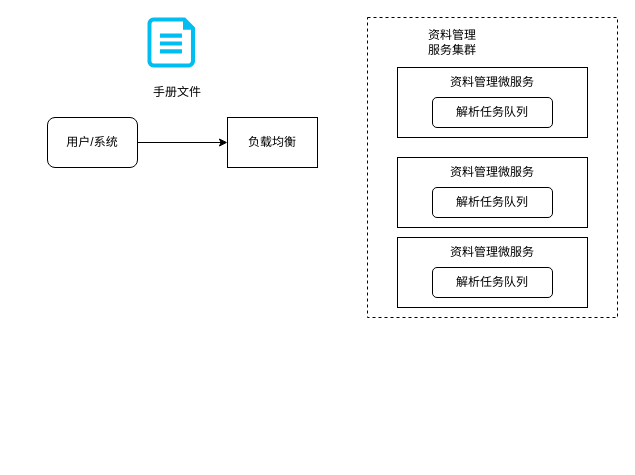
DemonHan/KuickBuy keeps this draw.io diagram as 手册解析框架图.drawio. Above is the earlier version. Source tidied: cells renumbered, new cells numbered last; positions are measured from the earlier drawing's top-left corner, leaving out a move shared by most shapes. Both pictures are drawn from the tidied source at 100%, with x=0, y=0 at pixel (47, 17).
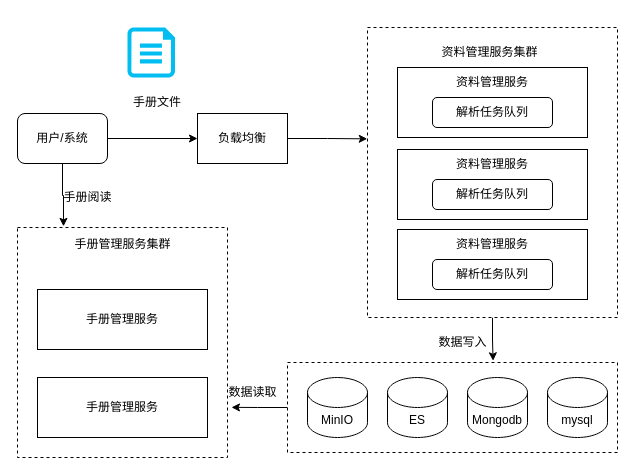
After the change.

Commit message (it also covers changes not shown here):
更新手册解析框架图.drawio

Change to the diagram source:
```diff
@@
+    <mxCell id="18" style="edgeStyle=orthogonalEdgeStyle;rounded=0;jettySize=auto;html=1;entryX=-0.001;entryY=0.384;entryDx=0;entryDy=0;entryPerimeter=0;" parent="1" edge="1" source="2" target="7">
+      <mxGeometry relative="1" as="geometry" />
+    </mxCell>
     <mxCell id="2" value="负载均衡" style="rounded=0;whiteSpace=wrap;html=1;" parent="1" vertex="1">
-      <mxGeometry x="180" y="100" width="90" height="50" as="geometry" />
+      <mxGeometry x="150" y="96" width="90" height="50" as="geometry" />
     </mxCell>
@@
+    <mxCell id="19" style="edgeStyle=orthogonalEdgeStyle;rounded=0;jettySize=auto;html=1;entryX=0.219;entryY=-0.005;entryDx=0;entryDy=0;entryPerimeter=0;" parent="1" edge="1" source="4" target="27">
+      <mxGeometry relative="1" as="geometry" />
+    </mxCell>
     <mxCell id="4" value="用户/系统" style="rounded=1;whiteSpace=wrap;html=1;" parent="1" vertex="1">
-      <mxGeometry y="100" width="90" height="50" as="geometry" />
+      <mxGeometry x="-30" y="96" width="90" height="50" as="geometry" />
     </mxCell>
     <mxCell id="5" value="手册文件" style="text;html=1;strokeColor=none;fillColor=none;align=center;verticalAlign=middle;whiteSpace=wrap;rounded=0;" parent="1" vertex="1">
-      <mxGeometry x="100" y="60" width="60" height="30" as="geometry" />
+      <mxGeometry x="80" y="70" width="60" height="30" as="geometry" />
     </mxCell>
     <mxCell id="6" style="verticalLabelPosition=bottom;html=1;verticalAlign=top;align=center;strokeColor=none;fillColor=#00BEF2;shape=mxgraph.azure.cloud_services_configuration_file;" parent="1" vertex="1">
-      <mxGeometry x="100" width="47.5" height="50" as="geometry" />
+      <mxGeometry x="80" y="10" width="47.5" height="50" as="geometry" />
     </mxCell>
+    <mxCell id="20" style="edgeStyle=orthogonalEdgeStyle;rounded=0;jettySize=auto;html=1;entryX=0.623;entryY=-0.019;entryDx=0;entryDy=0;entryPerimeter=0;" parent="1" edge="1" source="7" target="22">
+      <mxGeometry relative="1" as="geometry" />
+    </mxCell>
     <mxCell id="7" style="rounded=0;whiteSpace=wrap;html=1;dashed=1;" parent="1" vertex="1">
-      <mxGeometry x="320" width="250" height="300" as="geometry" />
+      <mxGeometry x="320" y="10" width="250" height="290" as="geometry" />
     </mxCell>
     <mxCell id="8" value="资料管理服务集群" style="text;html=1;strokeColor=none;fillColor=none;align=center;verticalAlign=middle;whiteSpace=wrap;rounded=0;" parent="1" vertex="1">
-      <mxGeometry x="375" y="10" width="60" height="30" as="geometry" />
+      <mxGeometry x="380" y="20" width="125" height="30" as="geometry" />
     </mxCell>
@@
-    <mxCell id="10" value="资料管理微服务" style="text;html=1;strokeColor=none;fillColor=none;align=center;verticalAlign=middle;whiteSpace=wrap;rounded=0;" parent="1" vertex="1">
+    <mxCell id="10" value="资料管理服务" style="text;html=1;strokeColor=none;fillColor=none;align=center;verticalAlign=middle;whiteSpace=wrap;rounded=0;" parent="1" vertex="1">
       <mxGeometry x="395" y="50" width="100" height="30" as="geometry" />
     </mxCell>
@@
     <mxCell id="12" style="rounded=0;whiteSpace=wrap;html=1;" parent="1" vertex="1">
-      <mxGeometry x="350" y="140" width="190" height="70" as="geometry" />
+      <mxGeometry x="350" y="132" width="190" height="70" as="geometry" />
     </mxCell>
-    <mxCell id="13" value="资料管理微服务" style="text;html=1;strokeColor=none;fillColor=none;align=center;verticalAlign=middle;whiteSpace=wrap;rounded=0;" parent="1" vertex="1">
-      <mxGeometry x="395" y="140" width="100" height="30" as="geometry" />
+    <mxCell id="13" value="资料管理服务" style="text;html=1;strokeColor=none;fillColor=none;align=center;verticalAlign=middle;whiteSpace=wrap;rounded=0;" parent="1" vertex="1">
+      <mxGeometry x="395" y="132" width="100" height="30" as="geometry" />
     </mxCell>
     <mxCell id="14" value="解析任务队列" style="rounded=1;whiteSpace=wrap;html=1;" parent="1" vertex="1">
-      <mxGeometry x="385" y="170" width="120" height="30" as="geometry" />
+      <mxGeometry x="385" y="162" width="120" height="30" as="geometry" />
     </mxCell>
     <mxCell id="15" style="rounded=0;whiteSpace=wrap;html=1;" parent="1" vertex="1">
-      <mxGeometry x="350" y="220" width="190" height="70" as="geometry" />
+      <mxGeometry x="350" y="212" width="190" height="70" as="geometry" />
     </mxCell>
-    <mxCell id="16" value="资料管理微服务" style="text;html=1;strokeColor=none;fillColor=none;align=center;verticalAlign=middle;whiteSpace=wrap;rounded=0;" parent="1" vertex="1">
-      <mxGeometry x="395" y="220" width="100" height="30" as="geometry" />
+    <mxCell id="16" value="资料管理服务" style="text;html=1;strokeColor=none;fillColor=none;align=center;verticalAlign=middle;whiteSpace=wrap;rounded=0;" parent="1" vertex="1">
+      <mxGeometry x="395" y="212" width="100" height="30" as="geometry" />
     </mxCell>
     <mxCell id="17" value="解析任务队列" style="rounded=1;whiteSpace=wrap;html=1;" parent="1" vertex="1">
-      <mxGeometry x="385" y="250" width="120" height="30" as="geometry" />
+      <mxGeometry x="385" y="242" width="120" height="30" as="geometry" />
     </mxCell>
+    <mxCell id="21" style="edgeStyle=orthogonalEdgeStyle;rounded=0;jettySize=auto;html=1;entryX=1.019;entryY=0.782;entryDx=0;entryDy=0;entryPerimeter=0;" parent="1" edge="1" source="22" target="27">
+      <mxGeometry relative="1" as="geometry" />
+    </mxCell>
+    <mxCell id="22" style="rounded=0;whiteSpace=wrap;html=1;dashed=1;" parent="1" vertex="1">
+      <mxGeometry x="240" y="345" width="330" height="90" as="geometry" />
+    </mxCell>
+    <mxCell id="23" value="MinIO" style="shape=cylinder3;whiteSpace=wrap;html=1;boundedLbl=1;backgroundOutline=1;size=15;" parent="1" vertex="1">
+      <mxGeometry x="260" y="360" width="60" height="60" as="geometry" />
+    </mxCell>
+    <mxCell id="24" value="ES" style="shape=cylinder3;whiteSpace=wrap;html=1;boundedLbl=1;backgroundOutline=1;size=15;" parent="1" vertex="1">
+      <mxGeometry x="340" y="360" width="60" height="60" as="geometry" />
+    </mxCell>
+    <mxCell id="25" value="Mongodb" style="shape=cylinder3;whiteSpace=wrap;html=1;boundedLbl=1;backgroundOutline=1;size=15;" parent="1" vertex="1">
+      <mxGeometry x="420" y="360" width="60" height="60" as="geometry" />
+    </mxCell>
+    <mxCell id="26" value="mysql" style="shape=cylinder3;whiteSpace=wrap;html=1;boundedLbl=1;backgroundOutline=1;size=15;" parent="1" vertex="1">
+      <mxGeometry x="500" y="360" width="60" height="60" as="geometry" />
+    </mxCell>
+    <mxCell id="27" style="rounded=0;whiteSpace=wrap;html=1;dashed=1;" parent="1" vertex="1">
+      <mxGeometry x="-30" y="210" width="210" height="230" as="geometry" />
+    </mxCell>
+    <mxCell id="28" value="手册管理服务" style="rounded=0;whiteSpace=wrap;html=1;" parent="1" vertex="1">
+      <mxGeometry x="-10" y="272" width="170" height="60" as="geometry" />
+    </mxCell>
+    <mxCell id="29" value="手册管理服务集群" style="text;html=1;strokeColor=none;fillColor=none;align=center;verticalAlign=middle;whiteSpace=wrap;rounded=0;" parent="1" vertex="1">
+      <mxGeometry x="12.5" y="212" width="125" height="30" as="geometry" />
+    </mxCell>
+    <mxCell id="30" value="手册管理服务" style="rounded=0;whiteSpace=wrap;html=1;" parent="1" vertex="1">
+      <mxGeometry x="-10" y="360" width="170" height="60" as="geometry" />
+    </mxCell>
+    <mxCell id="31" value="手册阅读" style="text;html=1;align=center;verticalAlign=middle;strokeColor=none;fillColor=none;" parent="1" vertex="1">
+      <mxGeometry x="5" y="165" width="70" height="30" as="geometry" />
+    </mxCell>
+    <mxCell id="32" value="数据读取" style="text;html=1;align=center;verticalAlign=middle;strokeColor=none;fillColor=none;" parent="1" vertex="1">
+      <mxGeometry x="170" y="360" width="70" height="30" as="geometry" />
+    </mxCell>
+    <mxCell id="33" value="数据写入" style="text;html=1;align=center;verticalAlign=middle;strokeColor=none;fillColor=none;" parent="1" vertex="1">
+      <mxGeometry x="380" y="310" width="70" height="30" as="geometry" />
+    </mxCell>
```
